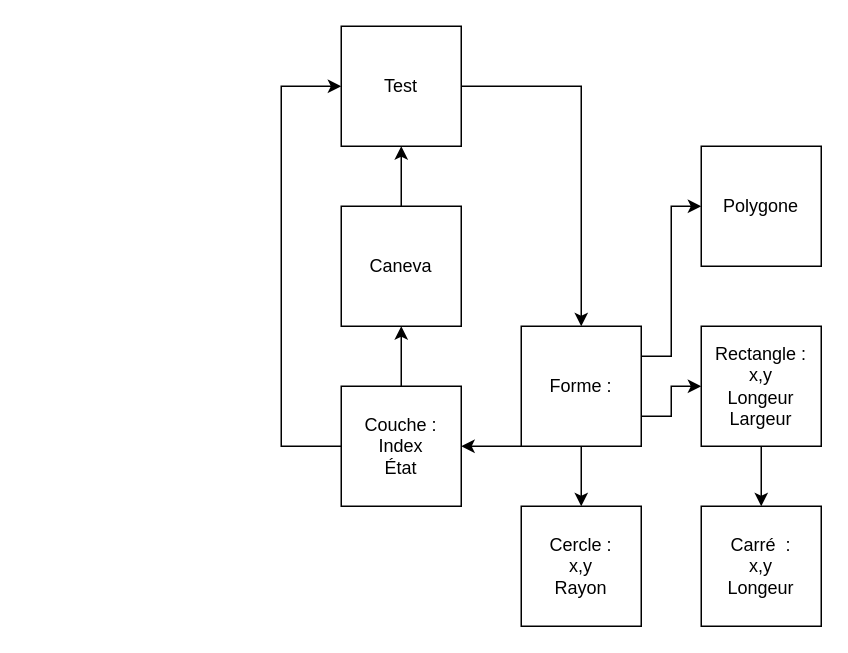
Above: APP1.drawio in A-Letourneau/APP1-GRAPHICUS (draw.io), before the change. Source tidied: cells renumbered, new cells numbered last; positions are measured from the earlier drawing's top-left corner, leaving out a move shared by most shapes. Both pictures are drawn from the tidied source at 150%, with x=0, y=0 at pixel (280, 26).
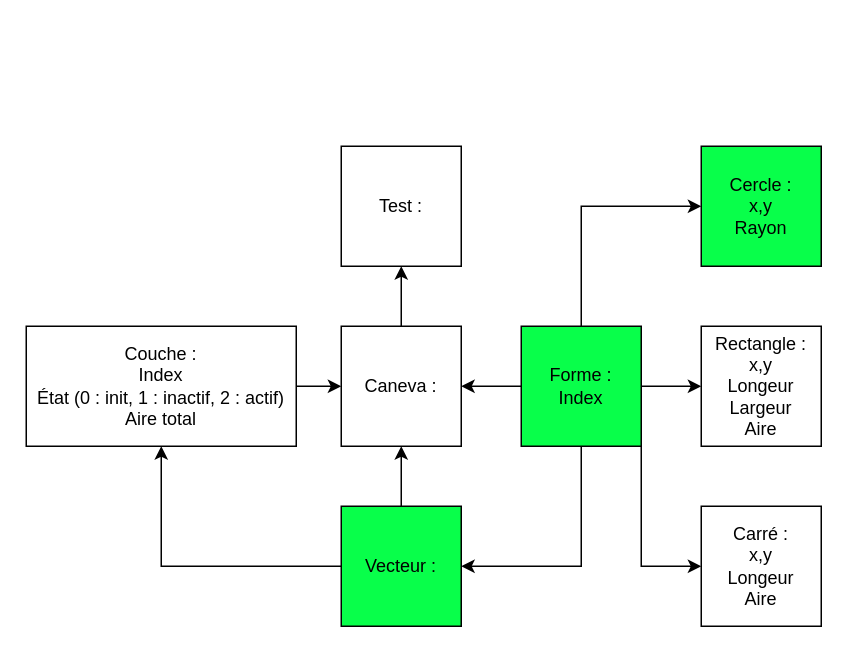
Above is the later version.

What changed in the source:
```diff
@@
-    <mxCell id="2" style="edgeStyle=orthogonalEdgeStyle;rounded=0;jettySize=auto;html=1;exitX=1;exitY=0.75;exitDx=0;exitDy=0;entryX=0;entryY=0.5;entryDx=0;entryDy=0;" parent="1" edge="1" source="6" target="16">
+    <mxCell id="2" style="edgeStyle=orthogonalEdgeStyle;rounded=0;jettySize=auto;html=1;exitX=1;exitY=0.5;exitDx=0;exitDy=0;entryX=0;entryY=0.5;entryDx=0;entryDy=0;" parent="1" edge="1" source="6" target="16">
       <mxGeometry relative="1" as="geometry" />
     </mxCell>
+    <mxCell id="19" style="edgeStyle=orthogonalEdgeStyle;rounded=0;jettySize=auto;html=1;exitX=0;exitY=0.5;exitDx=0;exitDy=0;entryX=1;entryY=0.5;entryDx=0;entryDy=0;" parent="1" edge="1" source="6" target="8">
+      <mxGeometry relative="1" as="geometry" />
+    </mxCell>
+    <mxCell id="20" style="edgeStyle=orthogonalEdgeStyle;rounded=0;jettySize=auto;html=1;exitX=0.5;exitY=1;exitDx=0;exitDy=0;entryX=1;entryY=0.5;entryDx=0;entryDy=0;" parent="1" edge="1" source="6" target="24">
+      <mxGeometry relative="1" as="geometry" />
+    </mxCell>
-    <mxCell id="3" style="edgeStyle=orthogonalEdgeStyle;rounded=0;jettySize=auto;html=1;exitX=0.5;exitY=1;exitDx=0;exitDy=0;entryX=0.5;entryY=0;entryDx=0;entryDy=0;" parent="1" edge="1" source="6" target="14">
+    <mxCell id="3" style="edgeStyle=orthogonalEdgeStyle;rounded=0;jettySize=auto;html=1;exitX=0.5;exitY=0;exitDx=0;exitDy=0;entryX=0;entryY=0.5;entryDx=0;entryDy=0;" parent="1" edge="1" source="6" target="14">
       <mxGeometry relative="1" as="geometry" />
     </mxCell>
-    <mxCell id="4" style="edgeStyle=orthogonalEdgeStyle;rounded=0;jettySize=auto;html=1;exitX=1;exitY=0.25;exitDx=0;exitDy=0;entryX=0;entryY=0.5;entryDx=0;entryDy=0;" parent="1" edge="1" source="6" target="18">
-      <mxGeometry relative="1" as="geometry" />
-    </mxCell>
-    <mxCell id="5" style="edgeStyle=orthogonalEdgeStyle;rounded=0;jettySize=auto;html=1;exitX=0;exitY=1;exitDx=0;exitDy=0;entryX=1;entryY=0.5;entryDx=0;entryDy=0;" parent="1" edge="1" source="6" target="13">
-      <mxGeometry relative="1" as="geometry">
-        <Array as="points">
-          <mxPoint x="140" y="280" />
-          <mxPoint x="140" y="280" />
-        </Array>
-      </mxGeometry>
-    </mxCell>
+    <mxCell id="21" style="edgeStyle=orthogonalEdgeStyle;rounded=0;jettySize=auto;html=1;exitX=1;exitY=1;exitDx=0;exitDy=0;entryX=0;entryY=0.5;entryDx=0;entryDy=0;" parent="1" edge="1" source="6" target="17">
+      <mxGeometry relative="1" as="geometry" />
+    </mxCell>
-    <mxCell id="6" value="Forme :" style="rounded=0;whiteSpace=wrap;html=1;" parent="1" vertex="1">
+    <mxCell id="6" value="Forme :&lt;br&gt;Index" style="rounded=0;whiteSpace=wrap;html=1;fillColor=#08FF4A;" parent="1" vertex="1">
       <mxGeometry x="160" y="200" width="80" height="80" as="geometry" />
     </mxCell>
-    <mxCell id="7" style="edgeStyle=orthogonalEdgeStyle;rounded=0;jettySize=auto;html=1;exitX=0.5;exitY=0;exitDx=0;exitDy=0;entryX=0.5;entryY=1;entryDx=0;entryDy=0;" parent="1" edge="1" source="8" target="10">
+    <mxCell id="7" style="edgeStyle=orthogonalEdgeStyle;rounded=0;jettySize=auto;html=1;entryX=0.5;entryY=1;entryDx=0;entryDy=0;" parent="1" edge="1" source="8" target="10">
       <mxGeometry relative="1" as="geometry" />
     </mxCell>
-    <mxCell id="8" value="Caneva" style="rounded=0;whiteSpace=wrap;html=1;" parent="1" vertex="1">
-      <mxGeometry x="40" y="120" width="80" height="80" as="geometry" />
+    <mxCell id="8" value="Caneva :" style="rounded=0;whiteSpace=wrap;html=1;" parent="1" vertex="1">
+      <mxGeometry x="40" y="200" width="80" height="80" as="geometry" />
     </mxCell>
-    <mxCell id="9" style="edgeStyle=orthogonalEdgeStyle;rounded=0;jettySize=auto;html=1;exitX=1;exitY=0.5;exitDx=0;exitDy=0;entryX=0.5;entryY=0;entryDx=0;entryDy=0;" parent="1" edge="1" source="10" target="6">
-      <mxGeometry relative="1" as="geometry" />
-    </mxCell>
-    <mxCell id="10" value="Test" style="rounded=0;whiteSpace=wrap;html=1;" parent="1" vertex="1">
-      <mxGeometry x="40" width="80" height="80" as="geometry" />
+    <mxCell id="10" value="Test :" style="rounded=0;whiteSpace=wrap;html=1;" parent="1" vertex="1">
+      <mxGeometry x="40" y="80" width="80" height="80" as="geometry" />
     </mxCell>
-    <mxCell id="11" style="edgeStyle=orthogonalEdgeStyle;rounded=0;jettySize=auto;html=1;exitX=0.5;exitY=0;exitDx=0;exitDy=0;entryX=0.5;entryY=1;entryDx=0;entryDy=0;" parent="1" edge="1" source="13" target="8">
+    <mxCell id="11" style="edgeStyle=orthogonalEdgeStyle;rounded=0;jettySize=auto;html=1;" parent="1" edge="1" source="13" target="8">
       <mxGeometry relative="1" as="geometry" />
     </mxCell>
-    <mxCell id="12" style="edgeStyle=orthogonalEdgeStyle;rounded=0;jettySize=auto;html=1;exitX=0;exitY=0.5;exitDx=0;exitDy=0;entryX=0;entryY=0.5;entryDx=0;entryDy=0;" parent="1" edge="1" source="13" target="10">
-      <mxGeometry relative="1" as="geometry">
-        <Array as="points">
-          <mxPoint y="280" />
-          <mxPoint y="40" />
-        </Array>
-      </mxGeometry>
-    </mxCell>
-    <mxCell id="13" value="Couche :&lt;br&gt;Index&lt;br&gt;État" style="rounded=0;whiteSpace=wrap;html=1;" parent="1" vertex="1">
-      <mxGeometry x="40" y="240" width="80" height="80" as="geometry" />
+    <mxCell id="13" value="Couche :&lt;br&gt;Index&lt;br&gt;État (0 : init, 1 : inactif, 2 : actif)&lt;br&gt;Aire total" style="rounded=0;whiteSpace=wrap;html=1;" parent="1" vertex="1">
+      <mxGeometry x="-170" y="200" width="180" height="80" as="geometry" />
     </mxCell>
-    <mxCell id="14" value="Cercle :&lt;br&gt;x,y&lt;br&gt;Rayon" style="rounded=0;whiteSpace=wrap;html=1;" parent="1" vertex="1">
-      <mxGeometry x="160" y="320" width="80" height="80" as="geometry" />
+    <mxCell id="14" value="Cercle :&lt;br&gt;x,y&lt;br&gt;Rayon" style="rounded=0;whiteSpace=wrap;html=1;fillColor=#08FF4A;" parent="1" vertex="1">
+      <mxGeometry x="280" y="80" width="80" height="80" as="geometry" />
     </mxCell>
-    <mxCell id="15" style="edgeStyle=orthogonalEdgeStyle;rounded=0;jettySize=auto;html=1;exitX=0.5;exitY=1;exitDx=0;exitDy=0;entryX=0.5;entryY=0;entryDx=0;entryDy=0;" parent="1" edge="1" source="16" target="17">
-      <mxGeometry relative="1" as="geometry" />
-    </mxCell>
-    <mxCell id="16" value="Rectangle :&lt;br&gt;x,y&lt;br&gt;Longeur&lt;br&gt;Largeur" style="rounded=0;whiteSpace=wrap;html=1;" parent="1" vertex="1">
+    <mxCell id="16" value="Rectangle :&lt;br&gt;x,y&lt;br&gt;Longeur&lt;br&gt;Largeur&lt;br&gt;Aire" style="rounded=0;whiteSpace=wrap;html=1;" parent="1" vertex="1">
       <mxGeometry x="280" y="200" width="80" height="80" as="geometry" />
     </mxCell>
-    <mxCell id="17" value="Carré&amp;nbsp; :&lt;br&gt;x,y&lt;br&gt;Longeur" style="rounded=0;whiteSpace=wrap;html=1;" parent="1" vertex="1">
+    <mxCell id="17" value="Carré :&lt;br&gt;x,y&lt;br&gt;Longeur&lt;br&gt;Aire" style="rounded=0;whiteSpace=wrap;html=1;" parent="1" vertex="1">
       <mxGeometry x="280" y="320" width="80" height="80" as="geometry" />
     </mxCell>
-    <mxCell id="18" value="Polygone" style="rounded=0;whiteSpace=wrap;html=1;" parent="1" vertex="1">
-      <mxGeometry x="280" y="80" width="80" height="80" as="geometry" />
-    </mxCell>
+    <mxCell id="22" style="edgeStyle=orthogonalEdgeStyle;rounded=0;jettySize=auto;html=1;entryX=0.5;entryY=1;entryDx=0;entryDy=0;" parent="1" edge="1" source="24" target="8">
+      <mxGeometry relative="1" as="geometry" />
+    </mxCell>
+    <mxCell id="23" style="edgeStyle=orthogonalEdgeStyle;rounded=0;jettySize=auto;html=1;entryX=0.5;entryY=1;entryDx=0;entryDy=0;" parent="1" edge="1" source="24" target="13">
+      <mxGeometry relative="1" as="geometry" />
+    </mxCell>
+    <mxCell id="24" value="Vecteur :" style="whiteSpace=wrap;html=1;fillColor=#08FF4A;" parent="1" vertex="1">
+      <mxGeometry x="40" y="320" width="80" height="80" as="geometry" />
+    </mxCell>
```
